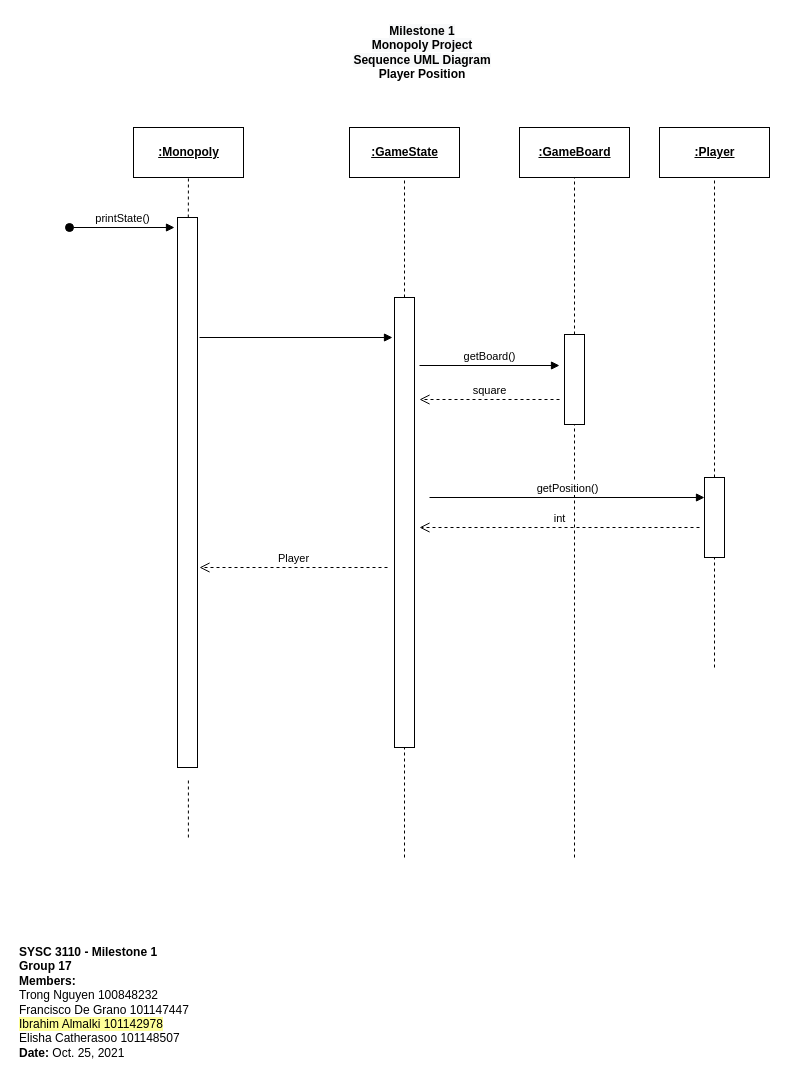
This is page "SequenceUML_3" (4 of 5) of M1_ClassUML.drawio from trong0dn/monopoly, a draw.io file, before an edit. Source tidied: cells renumbered, new cells numbered last; positions are measured from the earlier drawing's top-left corner, leaving out a move shared by most shapes. Both pictures are drawn from the tidied source at 100%, with x=0, y=0 at pixel (17, 17).
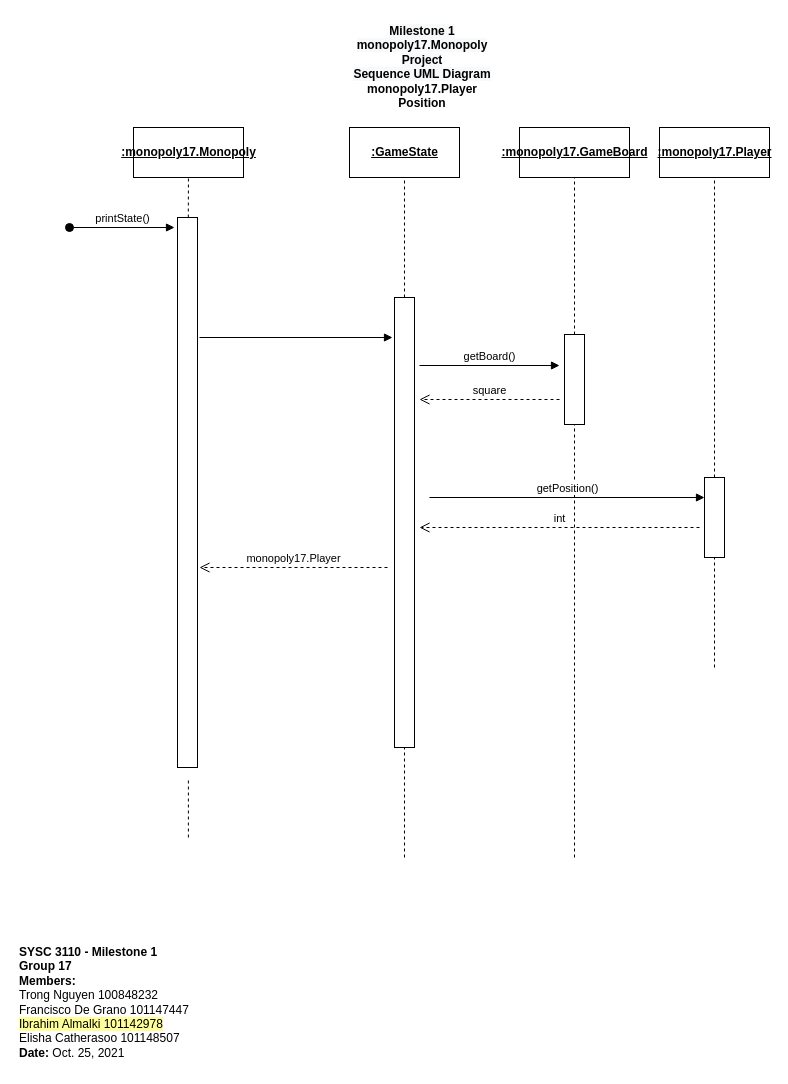
The same page after the edit.

The edit, as a diff of the source:
```diff
@@
-    <mxCell id="3" value="&lt;b style=&quot;color: rgb(0 , 0 , 0) ; font-family: &amp;#34;helvetica&amp;#34; ; font-size: 12px ; font-style: normal ; letter-spacing: normal ; text-indent: 0px ; text-transform: none ; word-spacing: 0px ; background-color: rgb(248 , 249 , 250)&quot;&gt;Milestone 1&lt;br&gt;Monopoly Project&lt;br&gt;Sequence UML Diagram&lt;br&gt;&lt;div&gt;&lt;b&gt;Player Position&lt;/b&gt;&lt;/div&gt;&lt;/b&gt;" style="text;whiteSpace=wrap;html=1;align=center;" parent="1" vertex="1">
+    <mxCell id="3" value="&lt;b style=&quot;color: rgb(0 , 0 , 0) ; font-family: &amp;#34;helvetica&amp;#34; ; font-size: 12px ; font-style: normal ; letter-spacing: normal ; text-indent: 0px ; text-transform: none ; word-spacing: 0px ; background-color: rgb(248 , 249 , 250)&quot;&gt;Milestone 1&lt;br&gt;monopoly17.Monopoly Project&lt;br&gt;Sequence UML Diagram&lt;br&gt;&lt;div&gt;&lt;b&gt;monopoly17.Player Position&lt;/b&gt;&lt;/div&gt;&lt;/b&gt;" style="text;whiteSpace=wrap;html=1;align=center;" parent="1" vertex="1">
       <mxGeometry x="325" width="160" height="70" as="geometry" />
     </mxCell>
-    <mxCell id="4" value="&lt;b&gt;&lt;u&gt;:Monopoly&lt;/u&gt;&lt;/b&gt;" style="html=1;align=center;" parent="1" vertex="1">
+    <mxCell id="4" value="&lt;b&gt;&lt;u&gt;:monopoly17.Monopoly&lt;/u&gt;&lt;/b&gt;" style="html=1;align=center;" parent="1" vertex="1">
       <mxGeometry x="116" y="110" width="110" height="50" as="geometry" />
     </mxCell>
@@
-    <mxCell id="10" value="&lt;b&gt;&lt;u&gt;:GameBoard&lt;/u&gt;&lt;/b&gt;" style="html=1;align=center;" parent="1" vertex="1">
+    <mxCell id="10" value="&lt;b&gt;&lt;u&gt;:monopoly17.GameBoard&lt;/u&gt;&lt;/b&gt;" style="html=1;align=center;" parent="1" vertex="1">
       <mxGeometry x="502" y="110" width="110" height="50" as="geometry" />
     </mxCell>
@@
-    <mxCell id="15" value="&lt;b&gt;&lt;u&gt;:Player&lt;/u&gt;&lt;/b&gt;" style="html=1;align=center;" parent="1" vertex="1">
+    <mxCell id="15" value="&lt;b&gt;&lt;u&gt;:monopoly17.Player&lt;/u&gt;&lt;/b&gt;" style="html=1;align=center;" parent="1" vertex="1">
       <mxGeometry x="642" y="110" width="110" height="50" as="geometry" />
     </mxCell>
@@
-    <mxCell id="26" value="Player" style="html=1;verticalAlign=bottom;endArrow=open;dashed=1;endSize=8;rounded=0;" parent="1" edge="1">
+    <mxCell id="26" value="monopoly17.Player" style="html=1;verticalAlign=bottom;endArrow=open;dashed=1;endSize=8;rounded=0;" parent="1" edge="1">
       <mxGeometry relative="1" as="geometry">
         <mxPoint x="370" y="550" as="sourcePoint" />
         <mxPoint x="182" y="550" as="targetPoint" />
       </mxGeometry>
     </mxCell>
```
